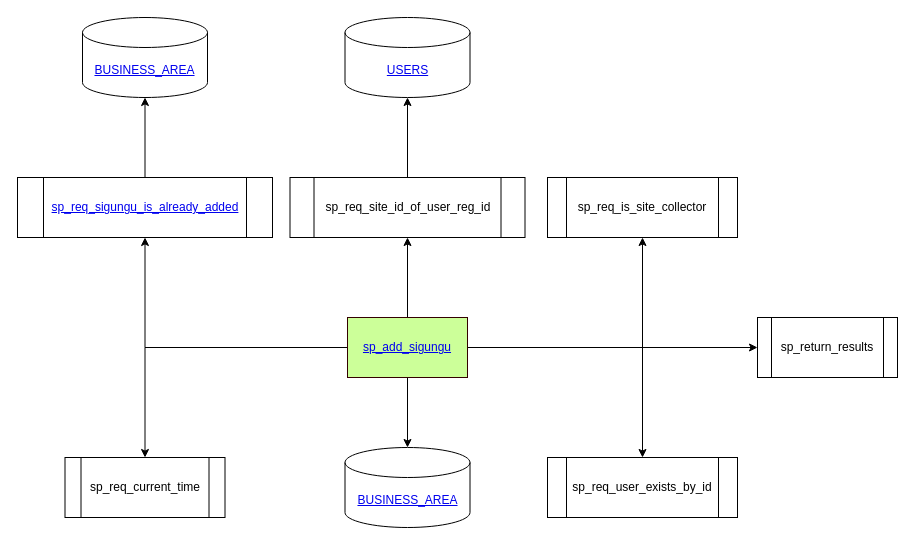
This is sp_add_sigungu.drawio from Leo-Nam/chium_draw, a draw.io file, before an edit. Source tidied: cells renumbered, new cells numbered last; positions are measured from the earlier drawing's top-left corner, leaving out a move shared by most shapes. Both pictures are drawn from the tidied source at 100%, with x=0, y=0 at pixel (17, 17).
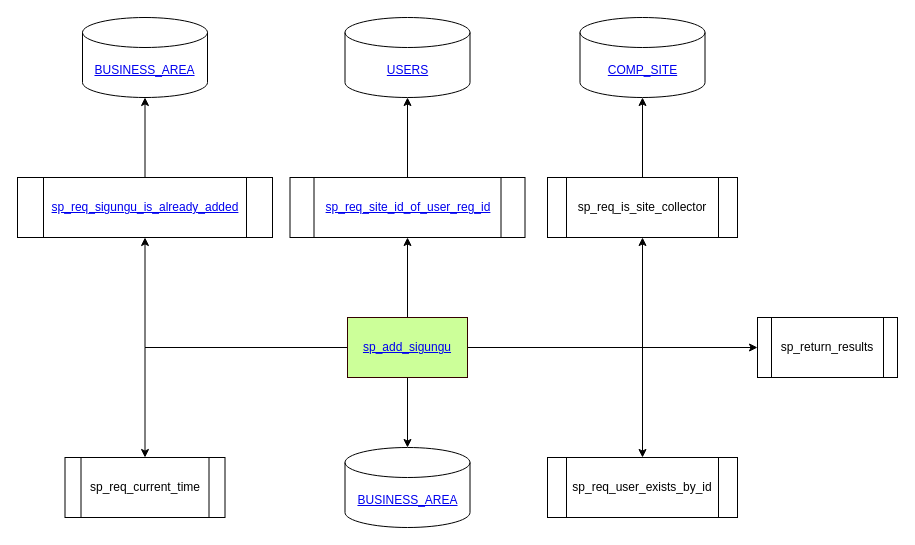
The same page after the edit.

Commit message (it also covers changes not shown here):
sp_req_is_site_collector

The change refers to these unchanged cells:
```xml
<mxCell id="15" value="sp_req_is_site_collector" style="shape=process;whiteSpace=wrap;html=1;backgroundOutline=1;" parent="1" vertex="1">
  <mxGeometry x="530" y="160" width="190" height="60" as="geometry" />
</mxCell>
```

Diff of the diagram source:
```diff
@@
-    <mxCell id="14" value="sp_req_site_id_of_user_reg_id" style="shape=process;whiteSpace=wrap;html=1;backgroundOutline=1;" parent="1" vertex="1">
+    <mxCell id="14" value="&lt;a href=&quot;https://github.com/Leo-Nam/chium_draw/blob/master/sp_req_site_id_of_user_reg_id.drawio&quot;&gt;sp_req_site_id_of_user_reg_id&lt;/a&gt;" style="shape=process;whiteSpace=wrap;html=1;backgroundOutline=1;" parent="1" vertex="1">
       <mxGeometry x="272.5" y="160" width="235" height="60" as="geometry" />
     </mxCell>
+    <mxCell id="21" style="edgeStyle=orthogonalEdgeStyle;rounded=0;jettySize=auto;html=1;" parent="1" edge="1" source="15" target="22">
+      <mxGeometry relative="1" as="geometry" />
+    </mxCell>
@@
+    <mxCell id="22" value="&lt;a href=&quot;https://www.notion.so/COMP_SITE-accb03cb0e274fda9f742a88703b821a&quot;&gt;COMP_SITE&lt;/a&gt;" style="shape=cylinder3;whiteSpace=wrap;html=1;boundedLbl=1;backgroundOutline=1;size=15;" parent="1" vertex="1">
+      <mxGeometry x="562.5" width="125" height="80" as="geometry" />
+    </mxCell>
```
